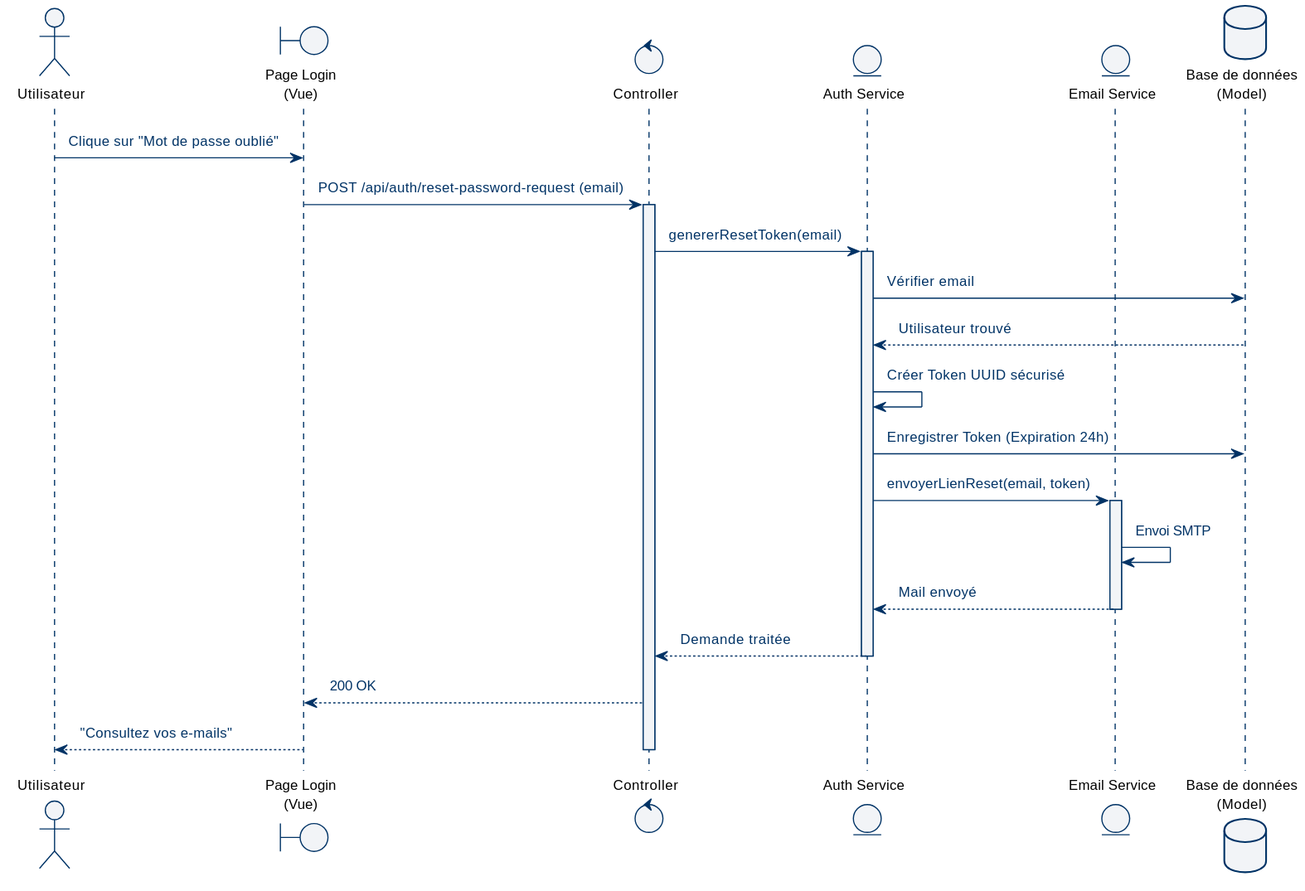
The PlantUML diagram docs/diagrams/svg/seq_reset_password.svg in abdelaziz-ebourki/system-gestion-soutenance, before a commit. Its diagram source:
```plantuml
@startuml
!theme pfe from .

actor "Utilisateur" as User
boundary "Page Login\n(Vue)" as Front
control "Controller" as Controller
entity "Auth Service" as Service
entity "Email Service" as Mail
database "Base de données\n(Model)" as DB

User -> Front : Clique sur "Mot de passe oublié"
Front -> Controller : POST /api/auth/reset-password-request (email)
activate Controller

Controller -> Service : genererResetToken(email)
activate Service

Service -> DB : Vérifier email
DB --> Service : Utilisateur trouvé

Service -> Service : Créer Token UUID sécurisé
Service -> DB : Enregistrer Token (Expiration 24h)

Service -> Mail : envoyerLienReset(email, token)
activate Mail
Mail -> Mail : Envoi SMTP
Mail --> Service : Mail envoyé
deactivate Mail

Service --> Controller : Demande traitée
deactivate Service

Controller --> Front : 200 OK
Front --> User : "Consultez vos e-mails"
deactivate Controller
@enduml
```
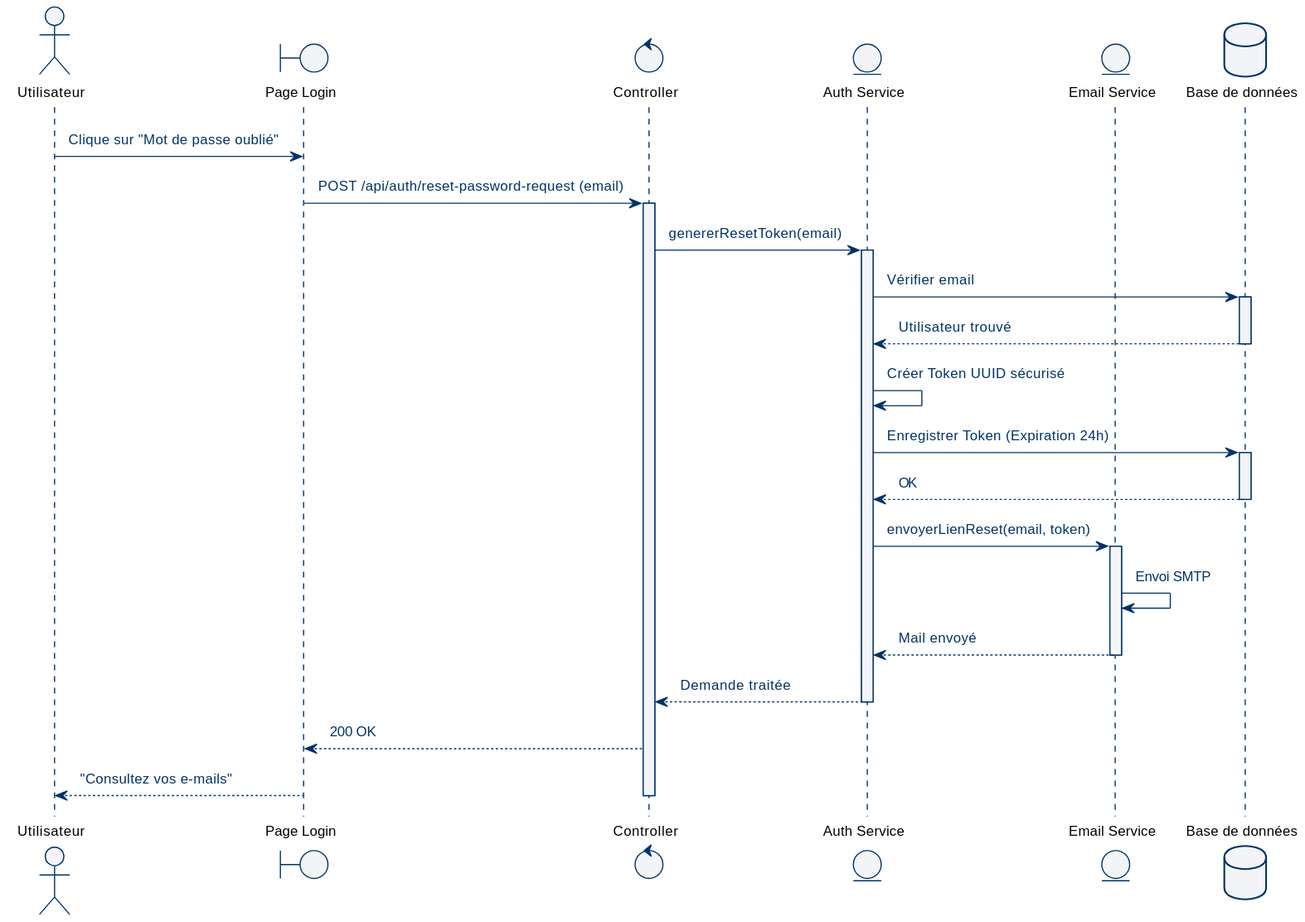
The same file after the commit.

Change to the diagram source:
```diff
@@ -2,11 +2,11 @@
 !theme pfe from .
 
 actor "Utilisateur" as User
-boundary "Page Login\n(Vue)" as Front
+boundary "Page Login" as Front
 control "Controller" as Controller
 entity "Auth Service" as Service
 entity "Email Service" as Mail
-database "Base de données\n(Model)" as DB
+database "Base de données" as DB
 
 User -> Front : Clique sur "Mot de passe oublié"
 Front -> Controller : POST /api/auth/reset-password-request (email)
@@ -16,10 +16,15 @@
 activate Service
 
 Service -> DB : Vérifier email
+activate DB
 DB --> Service : Utilisateur trouvé
+deactivate DB
 
 Service -> Service : Créer Token UUID sécurisé
 Service -> DB : Enregistrer Token (Expiration 24h)
+activate DB
+DB --> Service : OK
+deactivate DB
 
 Service -> Mail : envoyerLienReset(email, token)
 activate Mail
```
